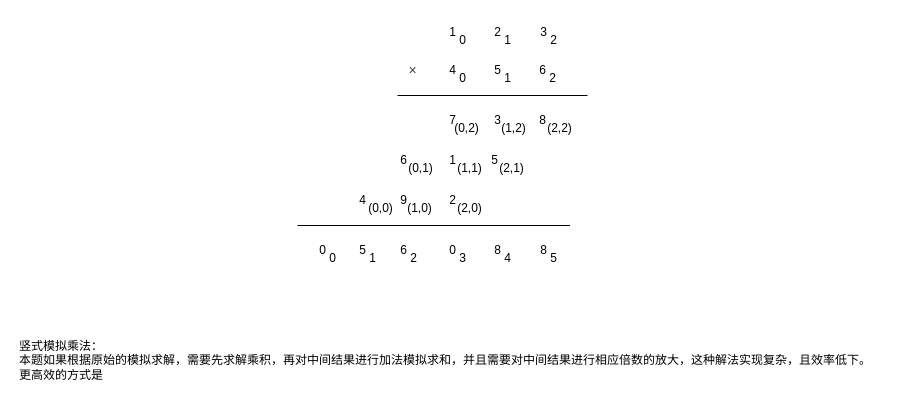
Above: diagrams/0043_multiply_strings.drawio in palemoky/leetcode (draw.io), before the change. Source tidied: cells renumbered, new cells numbered last; positions are measured from the earlier drawing's top-left corner, leaving out a move shared by most shapes. Both pictures are drawn from the tidied source at 100%, with x=0, y=0 at pixel (17, 17).
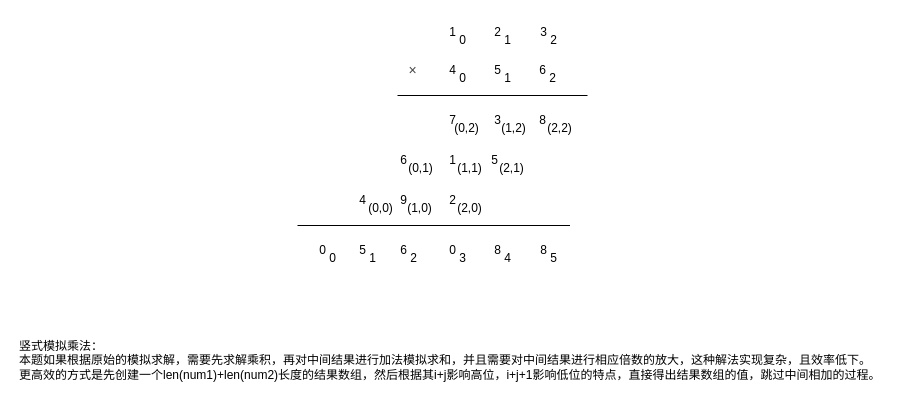
The same diagram, later.

Commit message:
fix: update diagram layout for multiplication simulation

Diff of the diagram source:
```diff
@@
-    <mxCell id="65" value="竖式模拟乘法：&lt;div&gt;本题如果根据原始的模拟求解，需要先求解乘积，再对中间结果进行加法模拟求和，并且需要对中间结果进行相应倍数的放大，这种解法实现复杂，且效率低下。&lt;/div&gt;&lt;div&gt;更高效的方式是&lt;/div&gt;" style="text;html=1;align=left;verticalAlign=middle;strokeColor=none;fillColor=none;" parent="1" vertex="1">
+    <mxCell id="65" value="竖式模拟乘法：&lt;div&gt;本题如果根据原始的模拟求解，需要先求解乘积，再对中间结果进行加法模拟求和，并且需要对中间结果进行相应倍数的放大，这种解法实现复杂，且效率低下。&lt;/div&gt;&lt;div&gt;更高效的方式是先创建一个len(num1)+len(num2)长度的结果数组，然后根据其i+j影响高位，i+j+1影响低位的特点，直接得出结果数组的值，跳过中间相加的过程。&lt;/div&gt;" style="text;html=1;align=left;verticalAlign=middle;strokeColor=none;fillColor=none;" parent="1" vertex="1">
       <mxGeometry y="313" width="880" height="60" as="geometry" />
     </mxCell>
```
